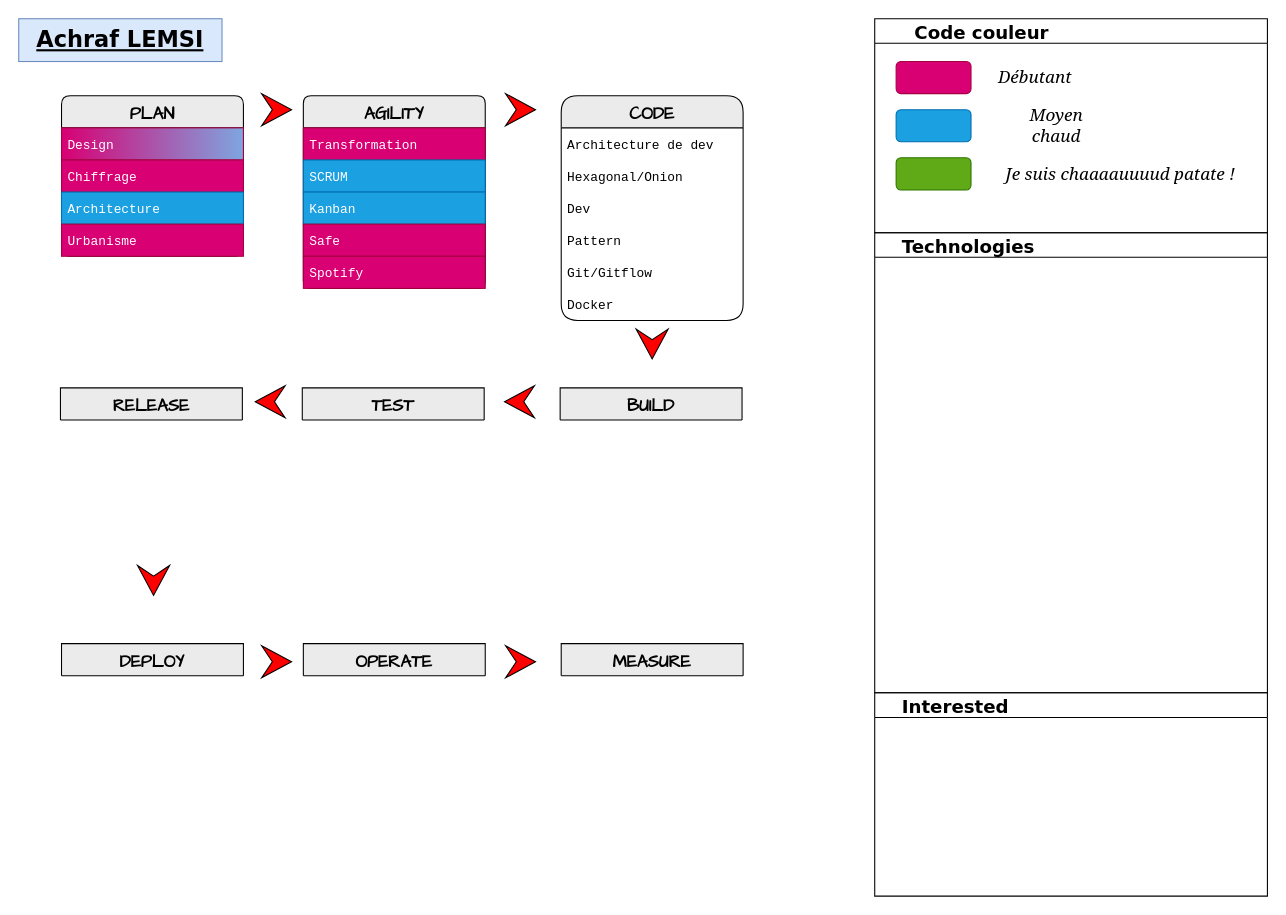
Above: skills.drawio in teolia/TeoSchool_skills (draw.io), before the change. Source tidied: cells renumbered, new cells numbered last; positions are measured from the earlier drawing's top-left corner, leaving out a move shared by most shapes. Both pictures are drawn from the tidied source at 107%, with x=0, y=0 at pixel (18, 18).
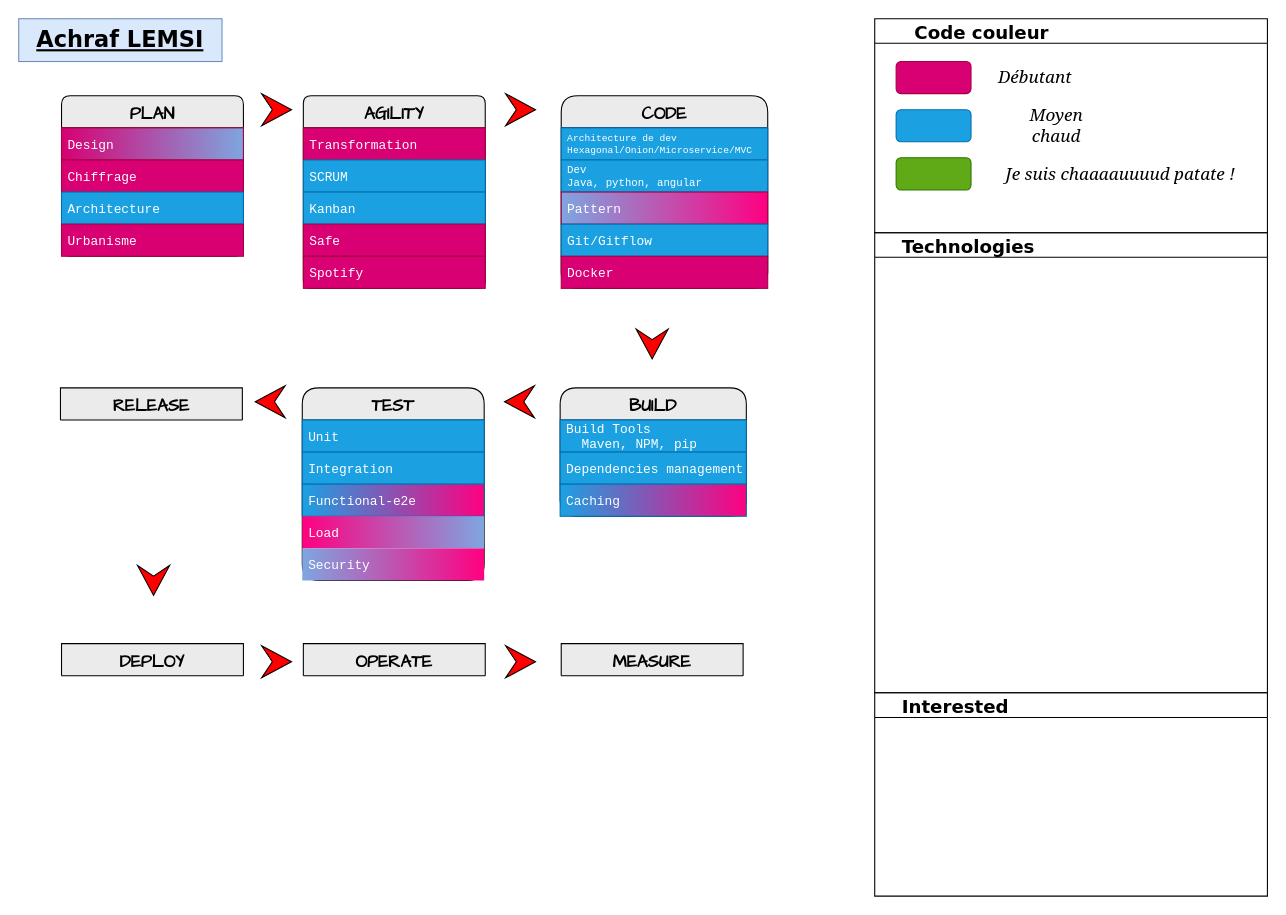
Above is the later version.

The edit, as a diff of the source:
```diff
@@
     <mxCell id="14" value="CODE" style="swimlane;fontStyle=1;horizontal=1;startSize=30;fontFamily=Comic Sans MS;rounded=1;arcSize=17;labelBackgroundColor=none;fillColor=#EBEBEB;fontSize=16;" parent="1" vertex="1">
-      <mxGeometry x="507" y="72" width="170" height="210" as="geometry" />
+      <mxGeometry x="507" y="72" width="193" height="180" as="geometry" />
     </mxCell>
-    <mxCell id="15" value="Architecture de dev" style="text;align=left;verticalAlign=middle;spacingLeft=4;spacingRight=4;overflow=hidden;fontFamily=Courier New;" parent="14" vertex="1">
-      <mxGeometry y="30" width="170" height="30" as="geometry" />
+    <mxCell id="15" value="Architecture de dev&#10;Hexagonal/Onion/Microservice/MVC" style="text;align=left;verticalAlign=middle;spacingLeft=4;spacingRight=4;overflow=hidden;fontFamily=Courier New;fontSize=9;fillColor=#1ba1e2;fontColor=#ffffff;strokeColor=#006EAF;" parent="14" vertex="1">
+      <mxGeometry y="30" width="193" height="30" as="geometry" />
     </mxCell>
-    <mxCell id="16" value="Hexagonal/Onion" style="text;strokeColor=none;fillColor=none;align=left;verticalAlign=middle;spacingLeft=4;spacingRight=4;overflow=hidden;fontFamily=Courier New;" parent="14" vertex="1">
-      <mxGeometry y="60" width="170" height="30" as="geometry" />
-    </mxCell>
-    <mxCell id="17" value="Dev" style="text;strokeColor=none;fillColor=none;align=left;verticalAlign=middle;spacingLeft=4;spacingRight=4;overflow=hidden;fontFamily=Courier New;" parent="14" vertex="1">
-      <mxGeometry y="90" width="170" height="30" as="geometry" />
+    <mxCell id="17" value="Dev&#10;Java, python, angular" style="text;strokeColor=#006EAF;fillColor=#1ba1e2;align=left;verticalAlign=middle;spacingLeft=4;spacingRight=4;overflow=hidden;fontFamily=Courier New;fontSize=10;fontColor=#ffffff;" parent="14" vertex="1">
+      <mxGeometry y="60" width="193" height="30" as="geometry" />
     </mxCell>
-    <mxCell id="18" value="Pattern" style="text;strokeColor=none;fillColor=none;align=left;verticalAlign=middle;spacingLeft=4;spacingRight=4;overflow=hidden;fontFamily=Courier New;" parent="14" vertex="1">
-      <mxGeometry y="120" width="170" height="30" as="geometry" />
+    <mxCell id="18" value="Pattern" style="text;strokeColor=#A50040;fillColor=#7EA6E0;align=left;verticalAlign=middle;spacingLeft=4;spacingRight=4;overflow=hidden;fontFamily=Courier New;fontColor=#ffffff;gradientColor=#FF0080;gradientDirection=east;" parent="14" vertex="1">
+      <mxGeometry y="90" width="193" height="30" as="geometry" />
     </mxCell>
-    <mxCell id="19" value="Git/Gitflow" style="text;strokeColor=none;fillColor=none;align=left;verticalAlign=middle;spacingLeft=4;spacingRight=4;overflow=hidden;fontFamily=Courier New;" parent="14" vertex="1">
-      <mxGeometry y="150" width="170" height="30" as="geometry" />
+    <mxCell id="19" value="Git/Gitflow" style="text;strokeColor=#006EAF;fillColor=#1ba1e2;align=left;verticalAlign=middle;spacingLeft=4;spacingRight=4;overflow=hidden;fontFamily=Courier New;fontColor=#ffffff;" parent="14" vertex="1">
+      <mxGeometry y="120" width="193" height="30" as="geometry" />
     </mxCell>
-    <mxCell id="20" value="Docker" style="text;strokeColor=none;fillColor=none;align=left;verticalAlign=middle;spacingLeft=4;spacingRight=4;overflow=hidden;fontFamily=Courier New;" parent="14" vertex="1">
-      <mxGeometry y="180" width="170" height="30" as="geometry" />
+    <mxCell id="20" value="Docker" style="text;strokeColor=#A50040;fillColor=#d80073;align=left;verticalAlign=middle;spacingLeft=4;spacingRight=4;overflow=hidden;fontFamily=Courier New;fontColor=#ffffff;" parent="14" vertex="1">
+      <mxGeometry y="150" width="193" height="30" as="geometry" />
     </mxCell>
@@
-    <mxCell id="24" value="TEST" style="swimlane;fontStyle=1;horizontal=1;startSize=30;fontFamily=Comic Sans MS;rounded=1;arcSize=17;labelBackgroundColor=none;fillColor=#EBEBEB;fontSize=16;" parent="1" vertex="1" collapsed="1">
-      <mxGeometry x="265" y="345" width="170" height="30" as="geometry" />
+    <mxCell id="24" value="TEST" style="swimlane;fontStyle=1;horizontal=1;startSize=30;fontFamily=Comic Sans MS;rounded=1;arcSize=17;labelBackgroundColor=none;fillColor=#EBEBEB;fontSize=16;" parent="1" vertex="1">
+      <mxGeometry x="265" y="345" width="170" height="180" as="geometry" />
     </mxCell>
+    <mxCell id="44" value="Unit" style="text;align=left;verticalAlign=middle;spacingLeft=4;spacingRight=4;overflow=hidden;fontFamily=Courier New;fillColor=#1ba1e2;fontColor=#ffffff;strokeColor=#006EAF;" parent="24" vertex="1">
+      <mxGeometry y="30" width="170" height="30" as="geometry" />
+    </mxCell>
+    <mxCell id="45" value="Integration" style="text;strokeColor=#006EAF;fillColor=#1ba1e2;align=left;verticalAlign=middle;spacingLeft=4;spacingRight=4;overflow=hidden;fontFamily=Courier New;fontColor=#ffffff;" parent="24" vertex="1">
+      <mxGeometry y="60" width="170" height="30" as="geometry" />
+    </mxCell>
+    <mxCell id="46" value="Functional-e2e" style="text;strokeColor=#006EAF;fillColor=#1ba1e2;align=left;verticalAlign=middle;spacingLeft=4;spacingRight=4;overflow=hidden;fontFamily=Courier New;fontColor=#ffffff;gradientColor=#FF0080;gradientDirection=east;" parent="24" vertex="1">
+      <mxGeometry y="90" width="170" height="30" as="geometry" />
+    </mxCell>
+    <mxCell id="47" value="Load" style="text;strokeColor=none;fillColor=#FF0080;align=left;verticalAlign=middle;spacingLeft=4;spacingRight=4;overflow=hidden;fontFamily=Courier New;gradientColor=#7EA6E0;gradientDirection=east;fontColor=#FFFFFF;" parent="24" vertex="1">
+      <mxGeometry y="120" width="170" height="30" as="geometry" />
+    </mxCell>
+    <mxCell id="48" value="Security" style="text;strokeColor=none;fillColor=#7EA6E0;align=left;verticalAlign=middle;spacingLeft=4;spacingRight=4;overflow=hidden;fontFamily=Courier New;gradientColor=#FF0080;gradientDirection=east;fontColor=#FFFFFF;" parent="24" vertex="1">
+      <mxGeometry y="150" width="170" height="30" as="geometry" />
+    </mxCell>
-    <mxCell id="25" value="BUILD" style="swimlane;fontStyle=1;horizontal=1;startSize=30;fontFamily=Comic Sans MS;rounded=1;arcSize=17;labelBackgroundColor=none;fillColor=#EBEBEB;fontSize=16;" parent="1" vertex="1" collapsed="1">
-      <mxGeometry x="506" y="345" width="170" height="30" as="geometry" />
+    <mxCell id="25" value="BUILD" style="swimlane;fontStyle=1;horizontal=1;startSize=30;fontFamily=Comic Sans MS;rounded=1;arcSize=17;labelBackgroundColor=none;fillColor=#EBEBEB;fontSize=16;" parent="1" vertex="1">
+      <mxGeometry x="506" y="345" width="174" height="120" as="geometry" />
     </mxCell>
+    <mxCell id="49" value="Build Tools&#10;  Maven, NPM, pip" style="text;align=left;verticalAlign=middle;spacingLeft=4;spacingRight=4;overflow=hidden;fontFamily=Courier New;fillColor=#1ba1e2;fontColor=#ffffff;strokeColor=#006EAF;" parent="25" vertex="1">
+      <mxGeometry y="30" width="174" height="30" as="geometry" />
+    </mxCell>
+    <mxCell id="50" value="Dependencies management" style="text;strokeColor=#006EAF;fillColor=#1ba1e2;align=left;verticalAlign=middle;spacingLeft=4;spacingRight=4;overflow=hidden;fontFamily=Courier New;fontColor=#ffffff;" parent="25" vertex="1">
+      <mxGeometry y="60" width="174" height="30" as="geometry" />
+    </mxCell>
+    <mxCell id="51" value="Caching" style="text;strokeColor=#006EAF;fillColor=#1ba1e2;align=left;verticalAlign=middle;spacingLeft=4;spacingRight=4;overflow=hidden;fontFamily=Courier New;fontColor=#ffffff;gradientColor=#FF0080;gradientDirection=east;" parent="25" vertex="1">
+      <mxGeometry y="90" width="174" height="30" as="geometry" />
+    </mxCell>
```
